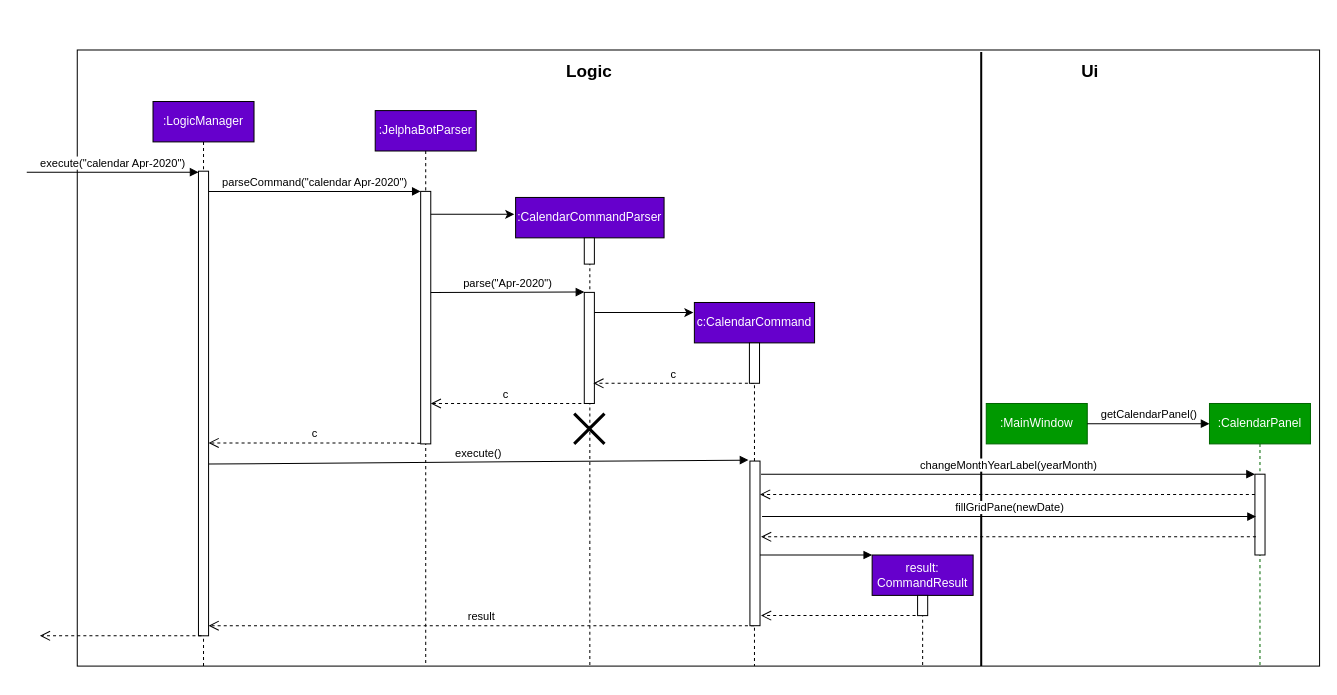
The draw.io diagram docs/diagrams/CalendarViewSequenceDiagram.drawio in yapdianhao/main, before the edit. Source tidied: cells renumbered, new cells numbered last; positions are measured from the earlier drawing's top-left corner, leaving out a move shared by most shapes. Both pictures are drawn from the tidied source at 101%, with x=0, y=0 at pixel (26, 49).
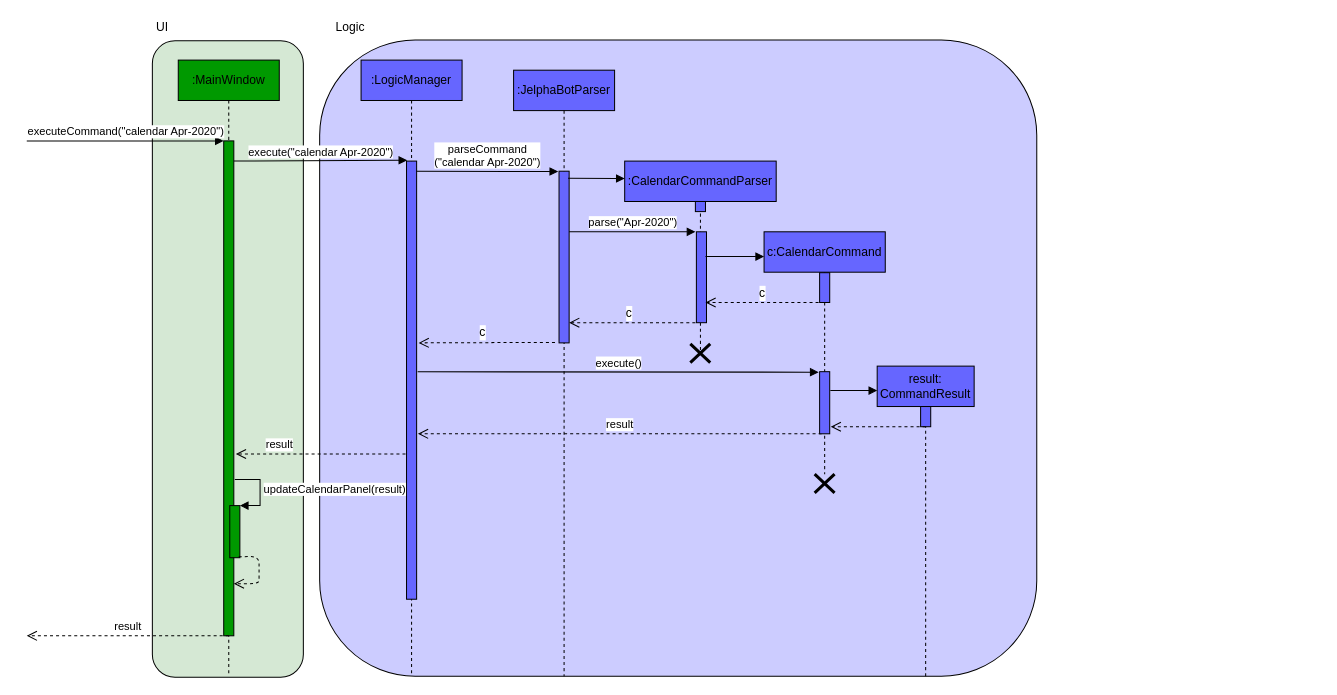
After the change.

Commit message (it also covers changes not shown here):
updated sequence diagram

Diff of the diagram source:
```diff
@@
-<mxGraphModel>
+<mxGraphModel background="#ffffff">
@@
-    <mxCell id="2" style="rounded=0;whiteSpace=wrap;html=1;shadow=0;strokeColor=#000000;fillColor=#FFFFFF;fontColor=#FFFFFF;" parent="1" vertex="1">
-      <mxGeometry x="50" width="1230" height="610" as="geometry" />
-    </mxCell>
+    <mxCell id="47" style="rounded=1;whiteSpace=wrap;html=1;shadow=0;fillColor=#CCCCFF;" parent="1" vertex="1">
+      <mxGeometry x="290" y="-10" width="710" height="630" as="geometry" />
+    </mxCell>
+    <mxCell id="48" style="rounded=1;whiteSpace=wrap;html=1;shadow=0;rotation=-90;fillColor=#D5E8D4;" parent="1" vertex="1">
+      <mxGeometry x="-115.9" y="231.2" width="630" height="149.5" as="geometry" />
+    </mxCell>
+    <mxCell id="26" value=":MainWindow" style="shape=umlLifeline;perimeter=lifelinePerimeter;whiteSpace=wrap;html=1;outlineConnect=0;shadow=0;fillColor=#009900;" parent="1" vertex="1">
+      <mxGeometry x="150" y="10" width="100" height="610" as="geometry" />
+    </mxCell>
+    <mxCell id="49" value="executeCommand(&quot;calendar Apr-2020&quot;)" style="html=1;verticalAlign=bottom;endArrow=block;fillColor=#4D9900;" parent="1" edge="1">
+      <mxGeometry relative="1" as="geometry">
+        <mxPoint y="90" as="sourcePoint" />
+        <mxPoint x="195" y="90" as="targetPoint" />
+      </mxGeometry>
+    </mxCell>
+    <mxCell id="50" value="UI" style="text;html=1;align=center;verticalAlign=middle;" parent="1" vertex="1">
+      <mxGeometry x="119" y="-32" width="30" height="20" as="geometry" />
+    </mxCell>
+    <mxCell id="6" value="execute(&quot;calendar Apr-2020&quot;)" style="html=1;verticalAlign=bottom;endArrow=block;fillColor=#4D9900;entryX=0.067;entryY=-0.002;entryDx=0;entryDy=0;entryPerimeter=0;" parent="1" edge="1" target="53">
+      <mxGeometry relative="1" as="geometry">
+        <mxPoint x="205" y="110" as="sourcePoint" />
+      </mxGeometry>
+    </mxCell>
+    <mxCell id="51" value="result" style="html=1;verticalAlign=bottom;endArrow=open;dashed=1;endSize=8;fillColor=#4D9900;" parent="1" edge="1">
+      <mxGeometry relative="1" as="geometry">
+        <mxPoint x="787" y="380" as="sourcePoint" />
+        <mxPoint x="387.3" y="380" as="targetPoint" />
+      </mxGeometry>
+    </mxCell>
+    <mxCell id="22" value="Logic" style="text;html=1;align=center;verticalAlign=middle;" parent="1" vertex="1">
+      <mxGeometry x="300" y="-32" width="40" height="20" as="geometry" />
+    </mxCell>
+    <mxCell id="52" style="group;" parent="1" vertex="1">
+      <mxGeometry x="326" y="10" width="100" height="610" as="geometry" />
+    </mxCell>
+    <mxCell id="4" value=":LogicManager" style="shape=umlLifeline;perimeter=lifelinePerimeter;whiteSpace=wrap;html=1;shadow=0;fillColor=#6666FF;" parent="52" vertex="1">
+      <mxGeometry x="5" width="100" height="610" as="geometry" />
+    </mxCell>
+    <mxCell id="53" style="html=1;points=[];perimeter=orthogonalPerimeter;shadow=0;fillColor=#6666FF;" parent="52" vertex="1">
+      <mxGeometry x="50" y="100" width="10" height="433.8" as="geometry" />
+    </mxCell>
-    <mxCell id="3" value="&lt;span style=&quot;color: rgb(255 , 255 , 255)&quot;&gt;:JelphaBotParser&lt;/span&gt;" style="shape=umlLifeline;perimeter=lifelinePerimeter;whiteSpace=wrap;html=1;fillColor=#6600CC;" parent="1" vertex="1">
-      <mxGeometry x="345" y="60" width="100" height="550" as="geometry" />
+    <mxCell id="3" value=":JelphaBotParser" style="shape=umlLifeline;perimeter=lifelinePerimeter;whiteSpace=wrap;html=1;shadow=0;fillColor=#6666FF;" parent="1" vertex="1">
+      <mxGeometry x="482" y="20" width="100" height="600" as="geometry" />
     </mxCell>
-    <mxCell id="4" value="&lt;span style=&quot;color: rgb(255 , 255 , 255)&quot;&gt;:LogicManager&lt;/span&gt;" style="shape=umlLifeline;perimeter=lifelinePerimeter;whiteSpace=wrap;html=1;fillColor=#6600CC;" parent="1" vertex="1">
-      <mxGeometry x="125" y="51" width="100" height="559" as="geometry" />
-    </mxCell>
+    <mxCell id="54" style="html=1;points=[];perimeter=orthogonalPerimeter;shadow=0;fillColor=#6666FF;" parent="3" vertex="1">
+      <mxGeometry x="45" y="100" width="10" height="170" as="geometry" />
+    </mxCell>
+    <mxCell id="55" style="html=1;verticalAlign=bottom;endArrow=block;fillColor=#4D9900;entryX=0;entryY=0.091;entryDx=0;entryDy=0;entryPerimeter=0;" parent="3" edge="1" target="13">
+      <mxGeometry relative="1" as="geometry">
+        <mxPoint x="54" y="107" as="sourcePoint" />
+      </mxGeometry>
+    </mxCell>
+    <mxCell id="13" value=":CalendarCommandParser" style="shape=umlLifeline;perimeter=lifelinePerimeter;whiteSpace=wrap;html=1;outlineConnect=0;shadow=0;fillColor=#6666FF;" parent="1" vertex="1">
+      <mxGeometry x="592" y="110" width="150" height="190" as="geometry" />
+    </mxCell>
+    <mxCell id="56" style="html=1;perimeter=orthogonalPerimeter;shadow=0;fillColor=#6666FF;" parent="13" vertex="1">
+      <mxGeometry x="70" y="40" width="10" height="10" as="geometry" />
+    </mxCell>
+    <mxCell id="57" style="group;" parent="13" vertex="1">
+      <mxGeometry x="71" y="70" width="10" height="120" as="geometry" />
+    </mxCell>
+    <mxCell id="58" style="group;" parent="57" vertex="1">
+      <mxGeometry width="10" height="90" as="geometry" />
+    </mxCell>
+    <mxCell id="59" style="html=1;perimeter=orthogonalPerimeter;shadow=0;fillColor=#6666FF;" parent="58" vertex="1">
+      <mxGeometry width="10" height="90" as="geometry" />
+    </mxCell>
+    <mxCell id="12" value="parse(&quot;Apr-2020&quot;)" style="html=1;verticalAlign=bottom;endArrow=block;fillColor=#4D9900;" parent="1" edge="1">
+      <mxGeometry relative="1" as="geometry">
+        <mxPoint x="537" y="180" as="sourcePoint" />
+        <mxPoint x="662" y="180" as="targetPoint" />
+      </mxGeometry>
+    </mxCell>
+    <mxCell id="60" style="group;" parent="1" vertex="1">
+      <mxGeometry x="730" y="180" width="120" height="310" as="geometry" />
+    </mxCell>
+    <mxCell id="17" value="c:CalendarCommand" style="shape=umlLifeline;perimeter=lifelinePerimeter;whiteSpace=wrap;html=1;outlineConnect=0;shadow=0;fillColor=#6666FF;" parent="60" vertex="1">
+      <mxGeometry width="120" height="240" as="geometry" />
+    </mxCell>
+    <mxCell id="61" style="html=1;perimeter=orthogonalPerimeter;shadow=0;fillColor=#6666FF;" parent="17" vertex="1">
+      <mxGeometry x="55" y="40.5" width="10" height="29.5" as="geometry" />
+    </mxCell>
+    <mxCell id="62" style="group;" parent="17" vertex="1">
+      <mxGeometry x="55" y="138.5" width="10" height="61.5" as="geometry" />
+    </mxCell>
+    <mxCell id="63" style="html=1;perimeter=orthogonalPerimeter;shadow=0;fillColor=#6666FF;" parent="62" vertex="1">
+      <mxGeometry width="10" height="61.5" as="geometry" />
+    </mxCell>
+    <mxCell id="64" style="html=1;verticalAlign=bottom;endArrow=block;fillColor=#4D9900;" parent="60" edge="1">
+      <mxGeometry relative="1" as="geometry">
+        <mxPoint x="-58" y="24.5" as="sourcePoint" />
+        <mxPoint y="24.5" as="targetPoint" />
+      </mxGeometry>
+    </mxCell>
+    <mxCell id="65" style="html=1;verticalAlign=bottom;endArrow=open;dashed=1;endSize=8;fillColor=#4D9900;" parent="1" edge="1">
+      <mxGeometry relative="1" as="geometry">
+        <mxPoint x="790" y="250" as="sourcePoint" />
+        <mxPoint x="672" y="250" as="targetPoint" />
+      </mxGeometry>
+    </mxCell>
+    <mxCell id="66" value="c" style="text;html=1;align=center;verticalAlign=middle;labelBackgroundColor=#ffffff;" parent="65" vertex="1">
+      <mxGeometry x="0.07" y="-1" relative="1" as="geometry">
+        <mxPoint y="-9" as="offset" />
+      </mxGeometry>
+    </mxCell>
+    <mxCell id="67" style="html=1;verticalAlign=bottom;endArrow=open;dashed=1;endSize=8;fillColor=#4D9900;" parent="1" edge="1">
+      <mxGeometry relative="1" as="geometry">
+        <mxPoint x="662" y="270" as="sourcePoint" />
+        <mxPoint x="537" y="270" as="targetPoint" />
+      </mxGeometry>
+    </mxCell>
+    <mxCell id="68" value="c" style="text;html=1;align=center;verticalAlign=middle;labelBackgroundColor=#ffffff;" parent="67" vertex="1">
+      <mxGeometry x="0.07" y="-1" relative="1" as="geometry">
+        <mxPoint y="-9" as="offset" />
+      </mxGeometry>
+    </mxCell>
+    <mxCell id="69" value="parseCommand&lt;br&gt;(&quot;calendar Apr-2020&quot;)" style="html=1;verticalAlign=bottom;endArrow=block;fillColor=#4D9900;entryX=-0.086;entryY=0.002;entryDx=0;entryDy=0;entryPerimeter=0;" parent="1" edge="1" target="54">
+      <mxGeometry relative="1" as="geometry">
+        <mxPoint x="386" y="120" as="sourcePoint" />
+      </mxGeometry>
+    </mxCell>
+    <mxCell id="70" style="shape=umlDestroy;whiteSpace=wrap;html=1;strokeWidth=3;fillColor=#ffffff;" parent="1" vertex="1">
+      <mxGeometry x="657" y="291" width="19.7" height="18.5" as="geometry" />
+    </mxCell>
+    <mxCell id="71" style="html=1;verticalAlign=bottom;endArrow=open;dashed=1;endSize=8;fillColor=#4D9900;" parent="1" edge="1">
+      <mxGeometry relative="1" as="geometry">
+        <mxPoint x="523" y="289.5" as="sourcePoint" />
+        <mxPoint x="388" y="290" as="targetPoint" />
+      </mxGeometry>
+    </mxCell>
+    <mxCell id="72" value="c" style="text;html=1;align=center;verticalAlign=middle;labelBackgroundColor=#ffffff;" parent="71" vertex="1">
+      <mxGeometry x="0.07" y="-1" relative="1" as="geometry">
+        <mxPoint y="-9" as="offset" />
+      </mxGeometry>
+    </mxCell>
-    <mxCell id="5" value="execute()" style="html=1;verticalAlign=bottom;endArrow=block;entryX=-0.151;entryY=-0.006;entryDx=0;entryDy=0;entryPerimeter=0;" parent="4" edge="1" target="24">
+    <mxCell id="5" value="execute()" style="html=1;verticalAlign=bottom;endArrow=block;fillColor=#4D9900;" parent="1" edge="1">
       <mxGeometry relative="1" as="geometry">
-        <mxPoint x="55" y="359" as="sourcePoint" />
+        <mxPoint x="387" y="318.6" as="sourcePoint" />
+        <mxPoint x="784" y="319" as="targetPoint" />
       </mxGeometry>
     </mxCell>
-    <mxCell id="6" value="execute(&quot;calendar Apr-2020&quot;)" style="html=1;verticalAlign=bottom;endArrow=block;" parent="1" edge="1">
-      <mxGeometry relative="1" as="geometry">
-        <mxPoint y="121" as="sourcePoint" />
-        <mxPoint x="170" y="121" as="targetPoint" />
-      </mxGeometry>
-    </mxCell>
-    <mxCell id="7" style="html=1;points=[];perimeter=orthogonalPerimeter;fillColor=#FFFFFF;" parent="1" vertex="1">
-      <mxGeometry x="390" y="140" width="10" height="250" as="geometry" />
-    </mxCell>
-    <mxCell id="8" value="parseCommand(&quot;calendar Apr-2020&quot;)" style="html=1;verticalAlign=bottom;endArrow=block;" parent="1" edge="1" target="7">
-      <mxGeometry relative="1" as="geometry">
-        <mxPoint x="180" y="140" as="sourcePoint" />
-      </mxGeometry>
-    </mxCell>
-    <mxCell id="9" style="endArrow=classic;html=1;entryX=-0.009;entryY=0.036;entryDx=0;entryDy=0;entryPerimeter=0;" parent="1" edge="1" source="7" target="13">
-      <mxGeometry relative="1" as="geometry" />
-    </mxCell>
-    <mxCell id="10" value="c" style="html=1;verticalAlign=bottom;endArrow=open;dashed=1;endSize=8;exitX=-0.292;exitY=1;exitDx=0;exitDy=0;exitPerimeter=0;" parent="1" edge="1" source="15" target="7">
-      <mxGeometry relative="1" as="geometry" />
-    </mxCell>
-    <mxCell id="11" value="c" style="html=1;verticalAlign=bottom;endArrow=open;dashed=1;endSize=8;exitX=-0.033;exitY=0.997;exitDx=0;exitDy=0;exitPerimeter=0;" parent="1" edge="1" source="7">
-      <mxGeometry relative="1" as="geometry">
-        <mxPoint x="180" y="389" as="targetPoint" />
-      </mxGeometry>
-    </mxCell>
-    <mxCell id="12" value="parse(&quot;Apr-2020&quot;)" style="html=1;verticalAlign=bottom;endArrow=block;entryX=0.004;entryY=-0.003;entryDx=0;entryDy=0;entryPerimeter=0;" parent="1" edge="1" target="15">
-      <mxGeometry relative="1" as="geometry">
-        <mxPoint x="400" y="240" as="sourcePoint" />
-      </mxGeometry>
-    </mxCell>
-    <mxCell id="13" value="&lt;font color=&quot;#ffffff&quot;&gt;:CalendarCommandParser&lt;/font&gt;" style="shape=umlLifeline;perimeter=lifelinePerimeter;whiteSpace=wrap;html=1;outlineConnect=0;fillColor=#6600CC;" parent="1" vertex="1">
-      <mxGeometry x="484" y="146" width="147" height="464" as="geometry" />
-    </mxCell>
-    <mxCell id="14" style="shape=umlDestroy;whiteSpace=wrap;html=1;strokeWidth=3;fillColor=#ffffff;" parent="13" vertex="1">
-      <mxGeometry x="58" y="214" width="30" height="30" as="geometry" />
-    </mxCell>
-    <mxCell id="15" style="html=1;points=[];perimeter=orthogonalPerimeter;fillColor=#FFFFFF;" parent="1" vertex="1">
-      <mxGeometry x="552" y="240" width="10" height="110" as="geometry" />
-    </mxCell>
-    <mxCell id="16" style="html=1;perimeter=orthogonalPerimeter;fillColor=#FFFFFF;" parent="1" vertex="1">
-      <mxGeometry x="552" y="186" width="10" height="26" as="geometry" />
-    </mxCell>
-    <mxCell id="17" value="&lt;span style=&quot;color: rgb(255 , 255 , 255)&quot;&gt;c:CalendarCommand&lt;/span&gt;" style="shape=umlLifeline;perimeter=lifelinePerimeter;whiteSpace=wrap;html=1;outlineConnect=0;fillColor=#6600CC;" parent="1" vertex="1">
-      <mxGeometry x="661" y="250" width="119" height="360" as="geometry" />
-    </mxCell>
-    <mxCell id="18" style="endArrow=classic;html=1;" parent="1" edge="1">
-      <mxGeometry relative="1" as="geometry">
-        <mxPoint x="562" y="260" as="sourcePoint" />
-        <mxPoint x="660" y="260" as="targetPoint" />
-      </mxGeometry>
-    </mxCell>
-    <mxCell id="19" value="c" style="html=1;verticalAlign=bottom;endArrow=open;dashed=1;endSize=8;" parent="1" edge="1" source="17">
-      <mxGeometry relative="1" as="geometry">
-        <mxPoint x="561" y="330" as="targetPoint" />
-      </mxGeometry>
-    </mxCell>
-    <mxCell id="20" value="result" style="html=1;verticalAlign=bottom;endArrow=open;dashed=1;endSize=8;" parent="1" edge="1">
-      <mxGeometry relative="1" as="geometry">
-        <mxPoint x="720" y="570" as="sourcePoint" />
-        <mxPoint x="180" y="570" as="targetPoint" />
-      </mxGeometry>
-    </mxCell>
-    <mxCell id="21" style="line;strokeWidth=2;direction=south;html=1;fillColor=#FFFFFF;" parent="1" vertex="1">
-      <mxGeometry x="900" y="2" width="90" height="608" as="geometry" />
-    </mxCell>
-    <mxCell id="22" value="&lt;b&gt;&lt;font style=&quot;font-size: 17px&quot;&gt;Logic&lt;/font&gt;&lt;/b&gt;" style="text;html=1;strokeColor=none;fillColor=none;align=center;verticalAlign=middle;whiteSpace=wrap;rounded=0;" parent="1" vertex="1">
-      <mxGeometry x="537" y="12" width="40" height="20" as="geometry" />
-    </mxCell>
-    <mxCell id="23" value="&lt;b&gt;&lt;font style=&quot;font-size: 17px&quot;&gt;Ui&lt;/font&gt;&lt;/b&gt;" style="text;html=1;strokeColor=none;fillColor=none;align=center;verticalAlign=middle;whiteSpace=wrap;rounded=0;" parent="1" vertex="1">
-      <mxGeometry x="1033" y="12" width="40" height="20" as="geometry" />
-    </mxCell>
-    <mxCell id="24" style="html=1;points=[];perimeter=orthogonalPerimeter;fillColor=#ffffff;" parent="1" vertex="1">
-      <mxGeometry x="716" y="407" width="10" height="163" as="geometry" />
-    </mxCell>
-    <mxCell id="25" style="html=1;perimeter=orthogonalPerimeter;fillColor=#ffffff;" parent="1" vertex="1">
-      <mxGeometry x="715.5" y="290" width="10" height="40" as="geometry" />
-    </mxCell>
-    <mxCell id="26" value="&lt;font color=&quot;#ffffff&quot;&gt;:MainWindow&lt;/font&gt;" style="shape=umlLifeline;perimeter=lifelinePerimeter;whiteSpace=wrap;html=1;outlineConnect=0;fillColor=#009900;strokeColor=#006600;gradientColor=none;" parent="1" vertex="1">
-      <mxGeometry x="950" y="350" width="100" height="40" as="geometry" />
-    </mxCell>
-    <mxCell id="27" style="group;" parent="1" vertex="1">
-      <mxGeometry x="1171" y="350" width="100" height="260" as="geometry" />
-    </mxCell>
-    <mxCell id="28" value="&lt;font color=&quot;#ffffff&quot;&gt;:CalendarPanel&lt;/font&gt;" style="shape=umlLifeline;perimeter=lifelinePerimeter;whiteSpace=wrap;html=1;fillColor=#009900;strokeColor=#006600;gradientColor=none;" parent="27" vertex="1">
-      <mxGeometry width="100" height="260" as="geometry" />
-    </mxCell>
-    <mxCell id="29" value="getCalendarPanel()" style="html=1;verticalAlign=bottom;endArrow=block;exitX=1;exitY=0.5;exitDx=0;exitDy=0;exitPerimeter=0;" parent="28" edge="1" source="26">
-      <mxGeometry relative="1" as="geometry">
-        <mxPoint y="20" as="targetPoint" />
-      </mxGeometry>
-    </mxCell>
-    <mxCell id="30" style="html=1;perimeter=orthogonalPerimeter;strokeColor=#000000;fillColor=#FFFFFF;" parent="27" vertex="1">
-      <mxGeometry x="45" y="70" width="10" height="80" as="geometry" />
-    </mxCell>
-    <mxCell id="31" style="group;" parent="1" vertex="1">
-      <mxGeometry x="726" y="500" width="211" height="110" as="geometry" />
-    </mxCell>
+    <mxCell id="73" style="group;" parent="1" vertex="1">
+      <mxGeometry x="842" y="313" width="96" height="307" as="geometry" />
+    </mxCell>
-    <mxCell id="32" value="&lt;span style=&quot;color: rgb(255 , 255 , 255)&quot;&gt;result:&lt;br&gt;CommandResult&lt;/span&gt;" style="shape=umlLifeline;perimeter=lifelinePerimeter;whiteSpace=wrap;html=1;fillColor=#6600CC;size=40;" parent="31" vertex="1">
-      <mxGeometry x="111" width="100" height="110" as="geometry" />
+    <mxCell id="32" value="result:&lt;br&gt;CommandResult" style="shape=umlLifeline;perimeter=lifelinePerimeter;whiteSpace=wrap;html=1;shadow=0;fillColor=#6666FF;" parent="73" vertex="1">
+      <mxGeometry width="96" height="307" as="geometry" />
     </mxCell>
-    <mxCell id="33" style="html=1;perimeter=orthogonalPerimeter;fillColor=#ffffff;" parent="32" vertex="1">
-      <mxGeometry x="45" y="40" width="10" height="20" as="geometry" />
-    </mxCell>
-    <mxCell id="34" style="html=1;verticalAlign=bottom;endArrow=open;dashed=1;endSize=8;" parent="31" edge="1">
-      <mxGeometry x="0.04" y="-10" relative="1" as="geometry">
-        <mxPoint x="154" y="60" as="sourcePoint" />
-        <mxPoint x="1" y="60" as="targetPoint" />
-      </mxGeometry>
-    </mxCell>
-    <mxCell id="35" style="html=1;verticalAlign=bottom;endArrow=block;" parent="31" edge="1">
-      <mxGeometry relative="1" as="geometry">
-        <mxPoint as="sourcePoint" />
-        <mxPoint x="111" as="targetPoint" />
-      </mxGeometry>
-    </mxCell>
-    <mxCell id="36" style="group;" parent="1" vertex="1">
-      <mxGeometry x="726" y="420" width="490" height="20" as="geometry" />
-    </mxCell>
-    <mxCell id="37" style="group;" parent="36" vertex="1">
-      <mxGeometry width="490" height="20" as="geometry" />
-    </mxCell>
-    <mxCell id="38" style="html=1;verticalAlign=bottom;endArrow=open;dashed=1;endSize=8;" parent="37" edge="1">
-      <mxGeometry x="0.04" y="-10" relative="1" as="geometry">
-        <mxPoint x="490" y="20" as="sourcePoint" />
-        <mxPoint y="20" as="targetPoint" />
-      </mxGeometry>
-    </mxCell>
-    <mxCell id="39" value="changeMonthYearLabel(yearMonth)" style="html=1;verticalAlign=bottom;endArrow=block;" parent="37" edge="1">
-      <mxGeometry relative="1" as="geometry">
-        <mxPoint x="1" as="sourcePoint" />
-        <mxPoint x="490" as="targetPoint" />
-      </mxGeometry>
-    </mxCell>
-    <mxCell id="40" style="group;" parent="1" vertex="1">
-      <mxGeometry x="727" y="462" width="490" height="20" as="geometry" />
-    </mxCell>
-    <mxCell id="41" style="group;" parent="40" vertex="1">
-      <mxGeometry width="490" height="20" as="geometry" />
-    </mxCell>
-    <mxCell id="42" style="html=1;verticalAlign=bottom;endArrow=open;dashed=1;endSize=8;" parent="41" edge="1">
-      <mxGeometry x="0.04" y="-10" relative="1" as="geometry">
-        <mxPoint x="490" y="20" as="sourcePoint" />
-        <mxPoint y="20" as="targetPoint" />
-      </mxGeometry>
-    </mxCell>
-    <mxCell id="43" value="fillGridPane(newDate)" style="html=1;verticalAlign=bottom;endArrow=block;" parent="41" edge="1">
-      <mxGeometry relative="1" as="geometry">
-        <mxPoint x="1" as="sourcePoint" />
-        <mxPoint x="490" as="targetPoint" />
-      </mxGeometry>
-    </mxCell>
-    <mxCell id="44" style="group;" parent="1" vertex="1">
-      <mxGeometry x="13" y="120" width="167" height="460" as="geometry" />
-    </mxCell>
-    <mxCell id="45" style="html=1;perimeter=orthogonalPerimeter;" parent="44" vertex="1">
-      <mxGeometry x="157" width="10" height="460" as="geometry" />
-    </mxCell>
-    <mxCell id="46" style="html=1;verticalAlign=bottom;endArrow=open;dashed=1;endSize=8;" parent="44" edge="1">
-      <mxGeometry relative="1" as="geometry">
-        <mxPoint x="160" y="460" as="sourcePoint" />
-        <mxPoint y="460" as="targetPoint" />
-      </mxGeometry>
-    </mxCell>
+    <mxCell id="74" style="html=1;perimeter=orthogonalPerimeter;shadow=0;fillColor=#6666FF;" parent="32" vertex="1">
+      <mxGeometry x="43" y="40" width="10" height="20" as="geometry" />
+    </mxCell>
+    <mxCell id="75" style="html=1;verticalAlign=bottom;endArrow=block;fillColor=#4D9900;" parent="73" edge="1">
+      <mxGeometry relative="1" as="geometry">
+        <mxPoint x="-46.4" y="24.2" as="sourcePoint" />
+        <mxPoint y="24.2" as="targetPoint" />
+      </mxGeometry>
+    </mxCell>
+    <mxCell id="76" style="html=1;verticalAlign=bottom;endArrow=open;dashed=1;endSize=8;fillColor=#4D9900;" parent="1" edge="1">
+      <mxGeometry relative="1" as="geometry">
+        <mxPoint x="890" y="373" as="sourcePoint" />
+        <mxPoint x="796" y="373" as="targetPoint" />
+      </mxGeometry>
+    </mxCell>
+    <mxCell id="77" style="shape=umlDestroy;whiteSpace=wrap;html=1;strokeWidth=3;fillColor=#ffffff;" parent="1" vertex="1">
+      <mxGeometry x="780.1" y="420" width="19.7" height="18.5" as="geometry" />
+    </mxCell>
+    <mxCell id="78" style="group;" parent="1" vertex="1">
+      <mxGeometry y="90" width="231" height="490" as="geometry" />
+    </mxCell>
+    <mxCell id="79" style="html=1;perimeter=orthogonalPerimeter;shadow=0;fillColor=#009900;" parent="78" vertex="1">
+      <mxGeometry x="195" width="10" height="490" as="geometry" />
+    </mxCell>
+    <mxCell id="80" style="html=1;points=[];perimeter=orthogonalPerimeter;shadow=0;fillColor=#009900;" parent="78" vertex="1">
+      <mxGeometry x="201" y="361.1" width="10" height="51.6" as="geometry" />
+    </mxCell>
+    <mxCell id="81" value="updateCalendarPanel(result)" style="edgeStyle=orthogonalEdgeStyle;html=1;align=left;spacingLeft=2;endArrow=block;rounded=0;entryX=1;entryY=0;fillColor=#4D9900;" parent="78" edge="1" target="80">
+      <mxGeometry relative="1" as="geometry">
+        <mxPoint x="206" y="335.3" as="sourcePoint" />
+        <Array as="points">
+          <mxPoint x="231" y="335.3" />
+          <mxPoint x="231" y="361.1" />
+        </Array>
+      </mxGeometry>
+    </mxCell>
+    <mxCell id="82" style="html=1;verticalAlign=bottom;endArrow=open;dashed=1;endSize=8;fillColor=#4D9900;exitX=0.883;exitY=0.983;exitDx=0;exitDy=0;exitPerimeter=0;" parent="78" edge="1" source="80">
+      <mxGeometry x="-0.3" y="-20" relative="1" as="geometry">
+        <mxPoint x="205" y="438.4" as="targetPoint" />
+        <Array as="points">
+          <mxPoint x="230" y="411.3" />
+          <mxPoint x="230" y="425.5" />
+          <mxPoint x="230" y="438.4" />
+          <mxPoint x="230" y="438.4" />
+        </Array>
+        <mxPoint x="40" as="offset" />
+      </mxGeometry>
+    </mxCell>
+    <mxCell id="83" value="result" style="html=1;verticalAlign=bottom;endArrow=open;dashed=1;endSize=8;fillColor=#4D9900;" parent="78" edge="1">
+      <mxGeometry relative="1" as="geometry">
+        <mxPoint x="200" y="490" as="sourcePoint" />
+        <mxPoint y="490" as="targetPoint" />
+      </mxGeometry>
+    </mxCell>
+    <mxCell id="84" value="result" style="html=1;verticalAlign=bottom;endArrow=open;dashed=1;endSize=8;fillColor=#4D9900;" parent="1" edge="1">
+      <mxGeometry x="0.49" relative="1" as="geometry">
+        <mxPoint x="375" y="400" as="sourcePoint" />
+        <mxPoint x="207" y="400" as="targetPoint" />
+      </mxGeometry>
+    </mxCell>
```
